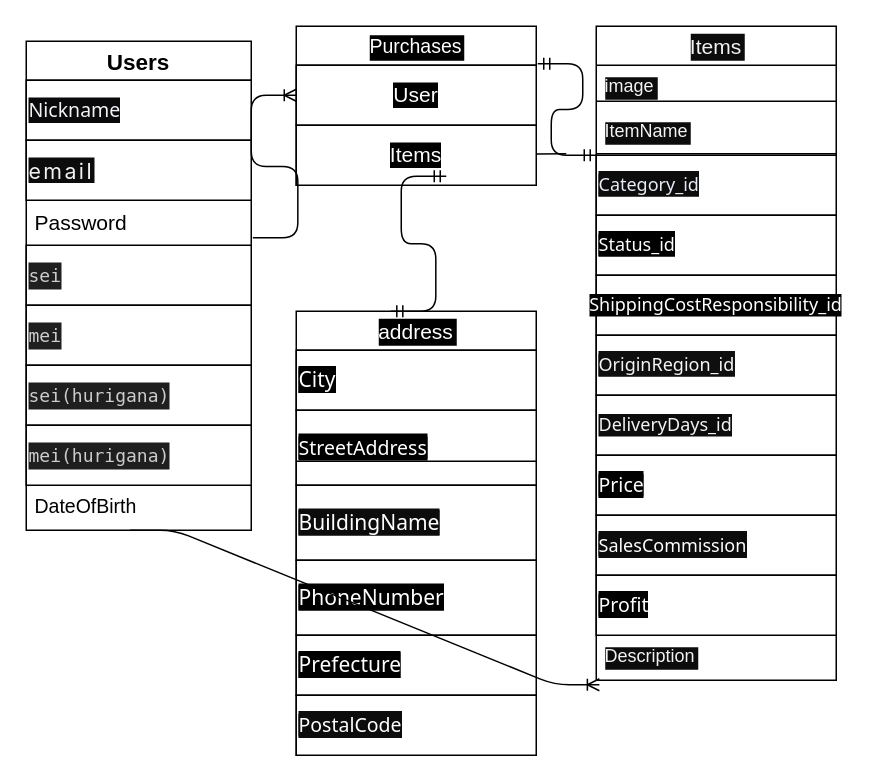
Above: test.dio in ksffiafjei/furima-39385 (draw.io), before the change. Source tidied: cells renumbered, new cells numbered last; positions are measured from the earlier drawing's top-left corner, leaving out a move shared by most shapes. Both pictures are drawn from the tidied source at 150%, with x=0, y=0 at pixel (26, 26).
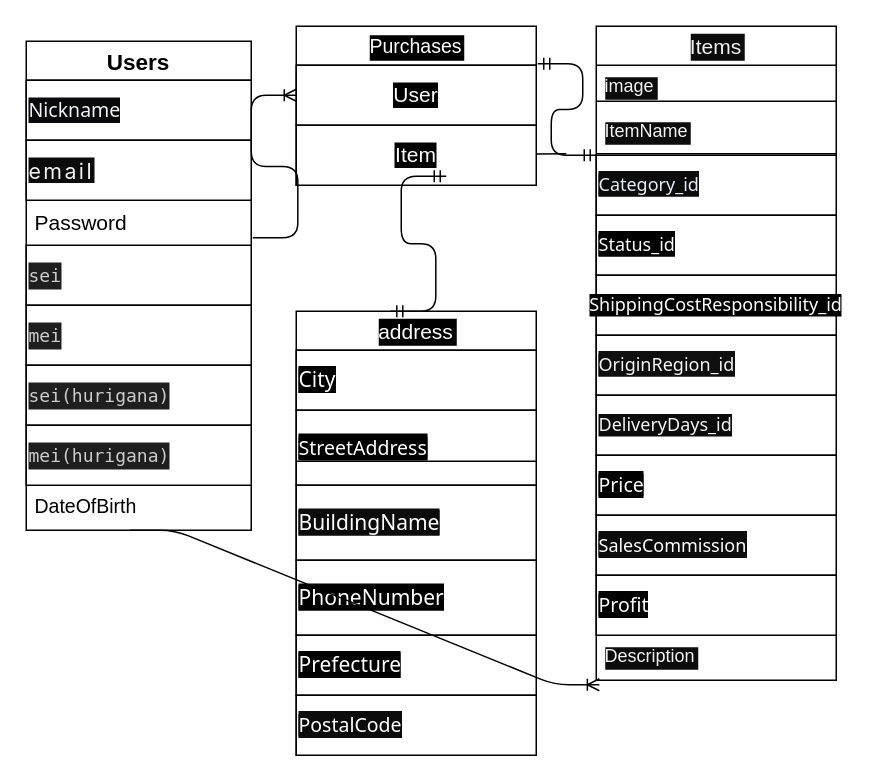
The same diagram, later.

Commit message:
修正依頼後２

Unchanged cells that the change refers to:
```xml
<mxCell id="26" value="Purchases" style="swimlane;fontStyle=0;horizontal=1;startSize=26;align=center;fontSize=13;labelBackgroundColor=#000000;fontColor=#FFFFFF;" parent="1" vertex="1">
  <mxGeometry x="180" width="160" height="106" as="geometry" />
</mxCell>
```

Change to the diagram source:
```diff
@@
-    <mxCell id="32" value="Items" style="whiteSpace=wrap;html=1;align=center;labelBackgroundColor=#000000;fontSize=14;fontColor=#FFFFFF;" parent="26" vertex="1">
+    <mxCell id="32" value="Item" style="whiteSpace=wrap;html=1;align=center;labelBackgroundColor=#000000;fontSize=14;fontColor=#FFFFFF;" parent="26" vertex="1">
       <mxGeometry y="66" width="160" height="40" as="geometry" />
     </mxCell>
```
